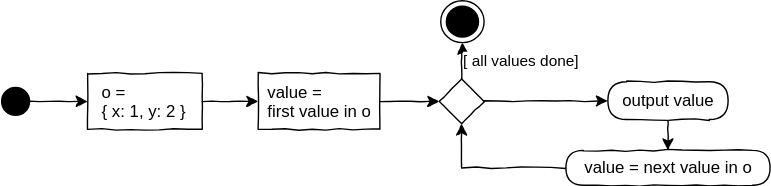
JirkaDellOro/Code-Inverted keeps this draw.io diagram as X01_Appendix/UML/LoopValues.svg. Above is the earlier version. Source tidied: cells renumbered, new cells last; positions are measured from the earlier drawing's top-left corner, leaving out a move shared by most shapes.
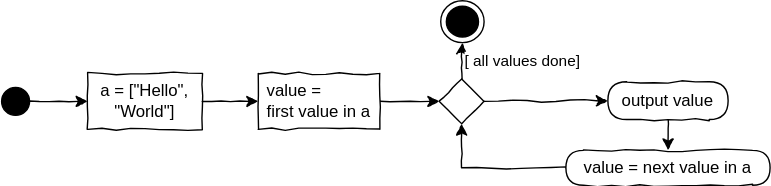
Later version of the same file.

Commit message:
LoopValues.svg fixed for simple arrays

Diff of the diagram source:
```diff
@@ -17,7 +17,7 @@
     <mxCell id="6" style="edgeStyle=orthogonalEdgeStyle;rounded=0;jettySize=auto;html=1;comic=1;" parent="1" edge="1" source="11" target="5">
       <mxGeometry relative="1" as="geometry" />
     </mxCell>
-    <mxCell id="7" value="&lt;div style=&quot;text-align: left&quot;&gt;o =&amp;nbsp;&lt;/div&gt;&lt;div style=&quot;text-align: left&quot;&gt;{ x: 1, y: 2 }&lt;/div&gt;" style="rounded=0;whiteSpace=wrap;html=1;comic=1;" parent="1" vertex="1">
+    <mxCell id="7" value="&lt;div style=&quot;&quot;&gt;a = [&quot;Hello&quot;, &quot;World&quot;]&lt;/div&gt;" style="rounded=0;whiteSpace=wrap;html=1;comic=1;align=center;" parent="1" vertex="1">
       <mxGeometry x="62" y="52" width="82" height="40" as="geometry" />
     </mxCell>
     <mxCell id="8" style="edgeStyle=orthogonalEdgeStyle;rounded=0;jettySize=auto;html=1;comic=1;" parent="1" edge="1" source="15" target="7">
@@ -26,10 +26,10 @@
     <mxCell id="9" style="edgeStyle=orthogonalEdgeStyle;rounded=0;comic=1;jettySize=auto;html=1;" parent="1" edge="1" source="10" target="5">
       <mxGeometry relative="1" as="geometry" />
     </mxCell>
-    <mxCell id="10" value="value = next value in o" style="rounded=1;whiteSpace=wrap;html=1;absoluteArcSize=1;arcSize=50;strokeWidth=1;shadow=0;comic=1;" parent="1" vertex="1">
+    <mxCell id="10" value="value = next value in a" style="rounded=1;whiteSpace=wrap;html=1;absoluteArcSize=1;arcSize=50;strokeWidth=1;shadow=0;comic=1;" parent="1" vertex="1">
       <mxGeometry x="404" y="107" width="146" height="25" as="geometry" />
     </mxCell>
-    <mxCell id="11" value="&lt;div style=&quot;text-align: left&quot;&gt;value =&amp;nbsp;&lt;/div&gt;&lt;div style=&quot;text-align: left&quot;&gt;first value in o&lt;/div&gt;" style="rounded=0;whiteSpace=wrap;html=1;comic=1;" parent="1" vertex="1">
+    <mxCell id="11" value="&lt;div style=&quot;text-align: left&quot;&gt;value =&amp;nbsp;&lt;/div&gt;&lt;div style=&quot;text-align: left&quot;&gt;first value in a&lt;/div&gt;" style="rounded=0;whiteSpace=wrap;html=1;comic=1;" parent="1" vertex="1">
       <mxGeometry x="184" y="52" width="87" height="40" as="geometry" />
     </mxCell>
     <mxCell id="12" style="edgeStyle=orthogonalEdgeStyle;rounded=0;jettySize=auto;html=1;comic=1;" parent="1" edge="1" source="7" target="11">
```
